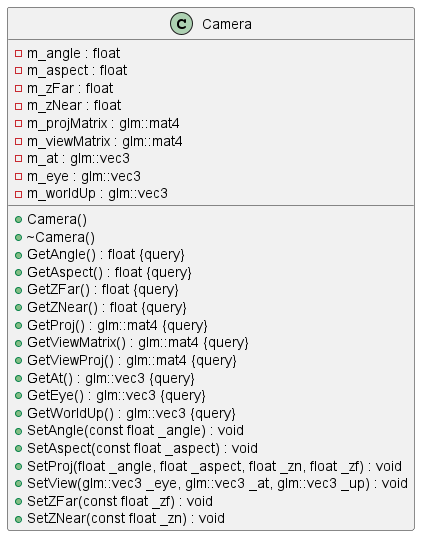
Before: docs/plantuml/Camera_class_diagram.png, a diagram exported from PlantUML (monkeysoop/szakdoga). Source of this version:
```plantuml
@startuml



class Camera {
	+Camera()
	+~Camera()
	+GetAngle() : float {query}
	+GetAspect() : float {query}
	+GetZFar() : float {query}
	+GetZNear() : float {query}
	-m_angle : float
	-m_aspect : float
	-m_zFar : float
	-m_zNear : float
	+GetProj() : glm::mat4 {query}
	+GetViewMatrix() : glm::mat4 {query}
	+GetViewProj() : glm::mat4 {query}
	-m_projMatrix : glm::mat4
	-m_viewMatrix : glm::mat4
	+GetAt() : glm::vec3 {query}
	+GetEye() : glm::vec3 {query}
	+GetWorldUp() : glm::vec3 {query}
	-m_at : glm::vec3
	-m_eye : glm::vec3
	-m_worldUp : glm::vec3
	+SetAngle(const float _angle) : void
	+SetAspect(const float _aspect) : void
	+SetProj(float _angle, float _aspect, float _zn, float _zf) : void
	+SetView(glm::vec3 _eye, glm::vec3 _at, glm::vec3 _up) : void
	+SetZFar(const float _zf) : void
	+SetZNear(const float _zn) : void
}



@enduml
```
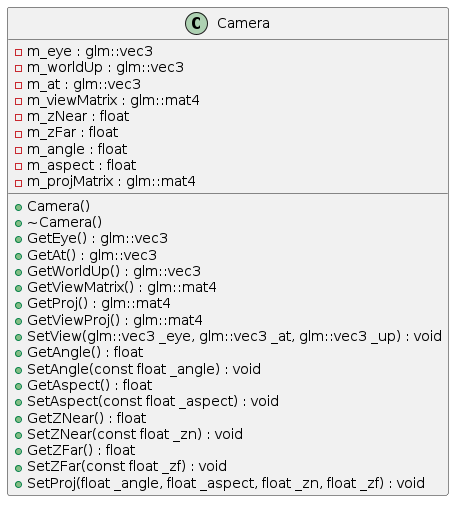
The same diagram one commit later.

The edit, as a diff of the source:
```diff
@@ -4,32 +4,32 @@
 
 class Camera {
 	+Camera()
-	+~Camera()
-	+GetAngle() : float {query}
-	+GetAspect() : float {query}
-	+GetZFar() : float {query}
-	+GetZNear() : float {query}
-	-m_angle : float
-	-m_aspect : float
-	-m_zFar : float
-	-m_zNear : float
-	+GetProj() : glm::mat4 {query}
-	+GetViewMatrix() : glm::mat4 {query}
-	+GetViewProj() : glm::mat4 {query}
-	-m_projMatrix : glm::mat4
-	-m_viewMatrix : glm::mat4
-	+GetAt() : glm::vec3 {query}
-	+GetEye() : glm::vec3 {query}
-	+GetWorldUp() : glm::vec3 {query}
-	-m_at : glm::vec3
-	-m_eye : glm::vec3
-	-m_worldUp : glm::vec3
-	+SetAngle(const float _angle) : void
-	+SetAspect(const float _aspect) : void
-	+SetProj(float _angle, float _aspect, float _zn, float _zf) : void
-	+SetView(glm::vec3 _eye, glm::vec3 _at, glm::vec3 _up) : void
-	+SetZFar(const float _zf) : void
-	+SetZNear(const float _zn) : void
+    +~Camera()
+    +GetEye() : glm::vec3
+    +GetAt() : glm::vec3
+    +GetWorldUp() : glm::vec3
+    +GetViewMatrix() : glm::mat4
+    +GetProj() : glm::mat4
+    +GetViewProj() : glm::mat4
+    +SetView(glm::vec3 _eye, glm::vec3 _at, glm::vec3 _up) : void
+    +GetAngle() : float
+    +SetAngle(const float _angle) : void
+    +GetAspect() : float
+    +SetAspect(const float _aspect) : void
+    +GetZNear() : float
+    +SetZNear(const float _zn) : void
+    +GetZFar() : float
+    +SetZFar(const float _zf) : void
+    +SetProj(float _angle, float _aspect, float _zn, float _zf) : void
+    -m_eye : glm::vec3
+    -m_worldUp : glm::vec3
+    -m_at : glm::vec3
+    -m_viewMatrix : glm::mat4
+    -m_zNear : float
+    -m_zFar : float
+    -m_angle : float
+    -m_aspect : float
+    -m_projMatrix : glm::mat4
 }
 
 
```
